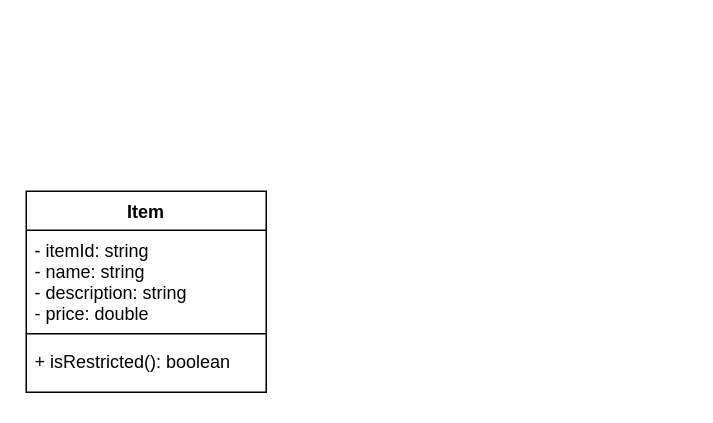
Before: Untitled Diagram.drawio in K38104011/naming-convention, a draw.io diagram. Source tidied: cells renumbered, new cells numbered last; positions are measured from the earlier drawing's top-left corner, leaving out a move shared by most shapes. Both pictures are drawn from the tidied source at 150%, with x=0, y=0 at pixel (26, 190).
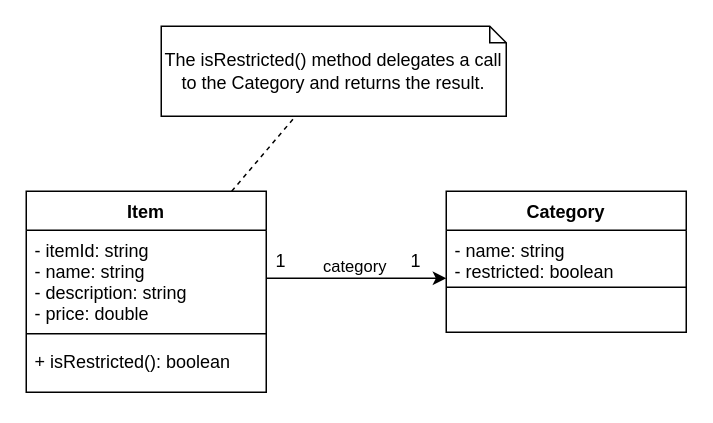
The same diagram, later.

Commit message:
finish item and category association relationship

The edit, as a diff of the source:
```diff
@@
 <mxGraphModel>
   <root>
     <mxCell id="0" />
     <mxCell id="1" parent="0" />
+    <mxCell id="6" style="jettySize=auto;html=1;strokeColor=default;dashed=1;rounded=0;anchorPointDirection=1;startArrow=none;startFill=0;endArrow=none;endFill=0;" parent="1" edge="1" source="2" target="12">
+      <mxGeometry relative="1" as="geometry" />
+    </mxCell>
+    <mxCell id="7" value="category" style="edgeStyle=none;rounded=0;jettySize=auto;html=1;startArrow=none;startFill=0;endArrow=classic;endFill=1;strokeColor=default;verticalAlign=bottom;exitX=1;exitY=0.5;exitDx=0;exitDy=0;" parent="1" edge="1" source="3">
+      <mxGeometry x="-0.02" y="-1" relative="1" as="geometry">
+        <mxPoint x="280" y="58" as="targetPoint" />
+      </mxGeometry>
+    </mxCell>
     <mxCell id="2" value="Item" style="swimlane;fontStyle=1;align=center;verticalAlign=top;horizontal=1;startSize=26;fillColor=none;" parent="1" vertex="1">
       <mxGeometry width="160" height="134" as="geometry" />
     </mxCell>
     <mxCell id="3" value="- itemId: string&#10;- name: string&#10;- description: string&#10;- price: double" style="text;fillColor=none;align=left;verticalAlign=top;spacingLeft=4;spacingRight=4;overflow=hidden;points=[[0,0.5],[1,0.5]];portConstraint=eastwest;" parent="2" vertex="1">
       <mxGeometry y="26" width="160" height="64" as="geometry" />
     </mxCell>
     <mxCell id="4" style="line;strokeWidth=1;fillColor=none;align=left;verticalAlign=middle;spacingTop=-1;spacingLeft=3;spacingRight=3;labelPosition=right;" parent="2" vertex="1">
       <mxGeometry y="90" width="160" height="10" as="geometry" />
     </mxCell>
     <mxCell id="5" value="+ isRestricted(): boolean" style="text;fillColor=none;align=left;verticalAlign=top;spacingLeft=4;spacingRight=4;overflow=hidden;" parent="2" vertex="1">
       <mxGeometry y="100" width="160" height="34" as="geometry" />
     </mxCell>
+    <mxCell id="8" value="Category" style="swimlane;fontStyle=1;align=center;verticalAlign=top;horizontal=1;startSize=26;" parent="1" vertex="1">
+      <mxGeometry x="280" width="160" height="94" as="geometry" />
+    </mxCell>
+    <mxCell id="9" value="- name: string&#10;- restricted: boolean" style="text;strokeColor=none;fillColor=none;align=left;verticalAlign=top;spacingLeft=4;spacingRight=4;overflow=hidden;" parent="8" vertex="1">
+      <mxGeometry y="26" width="160" height="34" as="geometry" />
+    </mxCell>
+    <mxCell id="10" style="line;strokeWidth=1;fillColor=none;align=left;verticalAlign=middle;spacingTop=-1;spacingLeft=3;spacingRight=3;labelPosition=right;" parent="8" vertex="1">
+      <mxGeometry y="60" width="160" height="8" as="geometry" />
+    </mxCell>
+    <mxCell id="11" value=" " style="text;strokeColor=none;fillColor=none;align=left;verticalAlign=top;spacingLeft=4;spacingRight=4;overflow=hidden;" parent="8" vertex="1">
+      <mxGeometry y="68" width="160" height="26" as="geometry" />
+    </mxCell>
+    <mxCell id="12" value="The isRestricted() method delegates a call to the Category and returns the result." style="shape=note;size=11;whiteSpace=wrap;html=1;" parent="1" vertex="1">
+      <mxGeometry x="90" y="-110" width="230" height="60" as="geometry" />
+    </mxCell>
+    <mxCell id="13" value="1" style="text;html=1;strokeColor=none;fillColor=none;align=center;verticalAlign=middle;whiteSpace=wrap;rounded=0;" parent="1" vertex="1">
+      <mxGeometry x="140" y="32" width="60" height="30" as="geometry" />
+    </mxCell>
+    <mxCell id="14" value="1" style="text;html=1;strokeColor=none;fillColor=none;align=center;verticalAlign=middle;whiteSpace=wrap;rounded=0;" parent="1" vertex="1">
+      <mxGeometry x="230" y="32" width="60" height="30" as="geometry" />
+    </mxCell>
   </root>
 </mxGraphModel>
```
